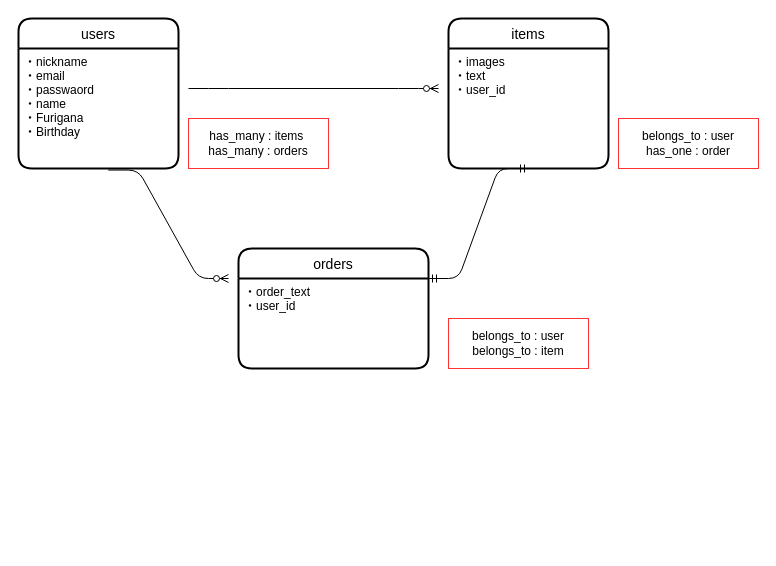
The draw.io diagram app/views/DB.dio in aya10969/furima-35780, before the edit. Source tidied: cells renumbered, new cells numbered last; positions are measured from the earlier drawing's top-left corner, leaving out a move shared by most shapes. Both pictures are drawn from the tidied source at 100%, with x=0, y=0 at pixel (18, 18).
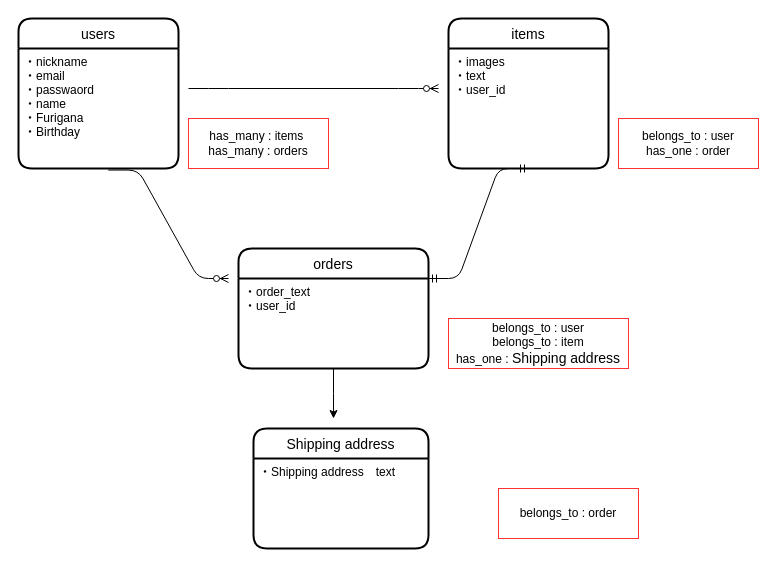
Above is the later version.

Commit message (it also covers changes not shown here):
データベース設計訂正１

The change refers to these unchanged cells:
```xml
<mxCell id="9" value="・order_text&#10;・user_id&#10;&#10;" style="align=left;strokeColor=none;fillColor=none;spacingLeft=4;fontSize=12;verticalAlign=top;" parent="8" vertex="1">
  <mxGeometry y="30" width="190" height="90" as="geometry" />
</mxCell>
```

Change to the diagram source:
```diff
@@
+    <mxCell id="15" style="edgeStyle=orthogonalEdgeStyle;rounded=0;jettySize=auto;html=1;exitX=1;exitY=0.5;exitDx=0;exitDy=0;" parent="1" edge="1" source="14">
+      <mxGeometry relative="1" as="geometry">
+        <mxPoint x="580" y="325" as="targetPoint" />
+      </mxGeometry>
+    </mxCell>
-    <mxCell id="14" value="belongs_to : user&lt;br&gt;belongs_to : item" style="whiteSpace=wrap;html=1;align=center;labelBorderColor=none;strokeColor=#FF3333;" parent="1" vertex="1">
-      <mxGeometry x="430" y="300" width="140" height="50" as="geometry" />
+    <mxCell id="14" value="belongs_to : user&lt;br&gt;belongs_to : item&lt;br&gt;has_one :&amp;nbsp;&lt;span style=&quot;font-size: 14px&quot;&gt;Shipping address&lt;/span&gt;" style="whiteSpace=wrap;html=1;align=center;labelBorderColor=none;strokeColor=#FF3333;" parent="1" vertex="1">
+      <mxGeometry x="430" y="300" width="180" height="50" as="geometry" />
     </mxCell>
+    <mxCell id="16" value="Shipping address" style="swimlane;horizontal=1;startSize=30;rounded=1;fontSize=14;fontStyle=0;strokeWidth=2;shadow=0;dashed=0;align=center;" parent="1" vertex="1">
+      <mxGeometry x="235" y="410" width="175" height="120" as="geometry" />
+    </mxCell>
+    <mxCell id="17" value="・Shipping address　text" style="align=left;strokeColor=none;fillColor=none;spacingLeft=4;fontSize=12;verticalAlign=top;" parent="16" vertex="1">
+      <mxGeometry y="30" width="175" height="90" as="geometry" />
+    </mxCell>
+    <mxCell id="18" style="edgeStyle=orthogonalEdgeStyle;rounded=0;jettySize=auto;html=1;exitX=0.5;exitY=1;exitDx=0;exitDy=0;" parent="1" edge="1" source="9">
+      <mxGeometry relative="1" as="geometry">
+        <mxPoint x="315" y="400" as="targetPoint" />
+      </mxGeometry>
+    </mxCell>
+    <mxCell id="19" value="belongs_to : order" style="whiteSpace=wrap;html=1;align=center;labelBorderColor=none;strokeColor=#FF3333;" parent="1" vertex="1">
+      <mxGeometry x="480" y="470" width="140" height="50" as="geometry" />
+    </mxCell>
```
